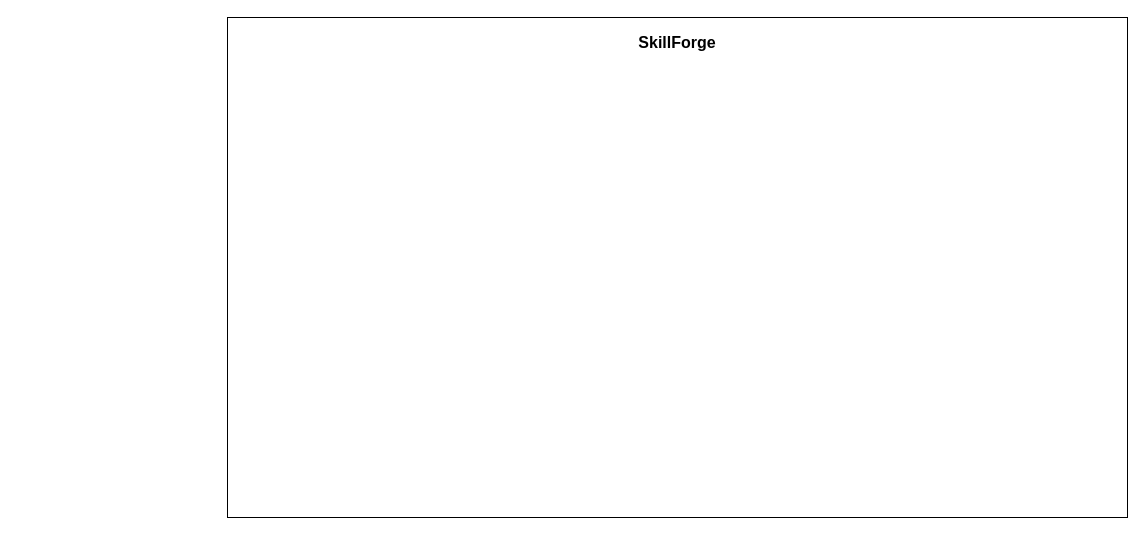
This is Diagrams/UseCaseDiagram.drawio from Smook-e/Prog2_lab6, a draw.io file, before an edit. Source tidied: cells renumbered, new cells numbered last; positions are measured from the earlier drawing's top-left corner, leaving out a move shared by most shapes. Both pictures are drawn from the tidied source at 100%, with x=0, y=0 at pixel (227, 17).
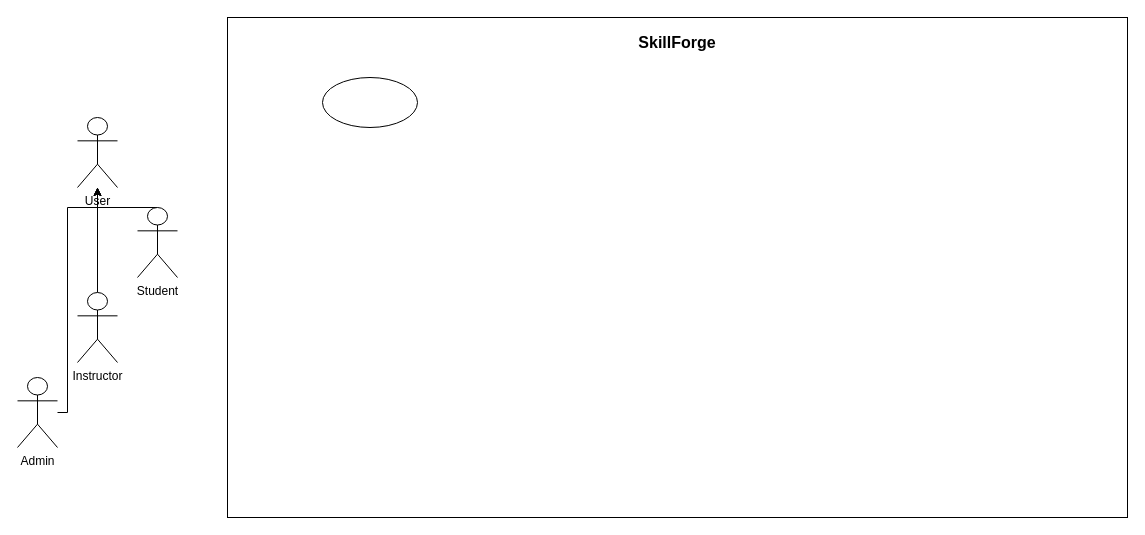
After the change.

The edit, as a diff of the source:
```diff
@@
 <mxGraphModel>
   <root>
     <mxCell id="0" />
     <mxCell id="1" parent="0" />
     <mxCell id="2" style="rounded=0;whiteSpace=wrap;html=1;direction=south;labelPosition=center;verticalLabelPosition=middle;align=center;verticalAlign=middle;" parent="1" vertex="1">
       <mxGeometry width="900" height="500" as="geometry" />
     </mxCell>
     <mxCell id="3" value="&lt;font style=&quot;font-size: 16px;&quot;&gt;&lt;b&gt;SkillForge&lt;/b&gt;&lt;/font&gt;" style="text;html=1;whiteSpace=wrap;strokeColor=none;fillColor=none;align=center;verticalAlign=middle;rounded=0;" parent="1" vertex="1">
       <mxGeometry x="360" y="10" width="180" height="30" as="geometry" />
     </mxCell>
+    <mxCell id="4" style="edgeStyle=orthogonalEdgeStyle;rounded=0;jettySize=auto;html=1;" parent="1" edge="1" source="5" target="10">
+      <mxGeometry relative="1" as="geometry">
+        <Array as="points">
+          <mxPoint x="-160" y="395" />
+          <mxPoint x="-160" y="190" />
+          <mxPoint x="-130" y="190" />
+        </Array>
+      </mxGeometry>
+    </mxCell>
+    <mxCell id="5" value="Admin" style="shape=umlActor;verticalLabelPosition=bottom;verticalAlign=top;html=1;outlineConnect=0;" parent="1" vertex="1">
+      <mxGeometry x="-210" y="360" width="40" height="70" as="geometry" />
+    </mxCell>
+    <mxCell id="6" style="edgeStyle=orthogonalEdgeStyle;rounded=0;jettySize=auto;html=1;" parent="1" edge="1" source="7" target="10">
+      <mxGeometry relative="1" as="geometry" />
+    </mxCell>
+    <mxCell id="7" value="Instructor" style="shape=umlActor;verticalLabelPosition=bottom;verticalAlign=top;html=1;outlineConnect=0;" parent="1" vertex="1">
+      <mxGeometry x="-150" y="275" width="40" height="70" as="geometry" />
+    </mxCell>
+    <mxCell id="8" style="edgeStyle=orthogonalEdgeStyle;rounded=0;jettySize=auto;html=1;exitX=0.5;exitY=0;exitDx=0;exitDy=0;exitPerimeter=0;" parent="1" edge="1" source="9" target="10">
+      <mxGeometry relative="1" as="geometry">
+        <Array as="points">
+          <mxPoint x="-130" y="190" />
+        </Array>
+      </mxGeometry>
+    </mxCell>
+    <mxCell id="9" value="Student" style="shape=umlActor;verticalLabelPosition=bottom;verticalAlign=top;html=1;outlineConnect=0;" parent="1" vertex="1">
+      <mxGeometry x="-90" y="190" width="40" height="70" as="geometry" />
+    </mxCell>
+    <mxCell id="10" value="User" style="shape=umlActor;verticalLabelPosition=bottom;verticalAlign=top;html=1;outlineConnect=0;fontSize=12;" parent="1" vertex="1">
+      <mxGeometry x="-150" y="100" width="40" height="70" as="geometry" />
+    </mxCell>
+    <mxCell id="11" style="ellipse;whiteSpace=wrap;html=1;" parent="1" vertex="1">
+      <mxGeometry x="95" y="60" width="95" height="50" as="geometry" />
+    </mxCell>
   </root>
 </mxGraphModel>
```
